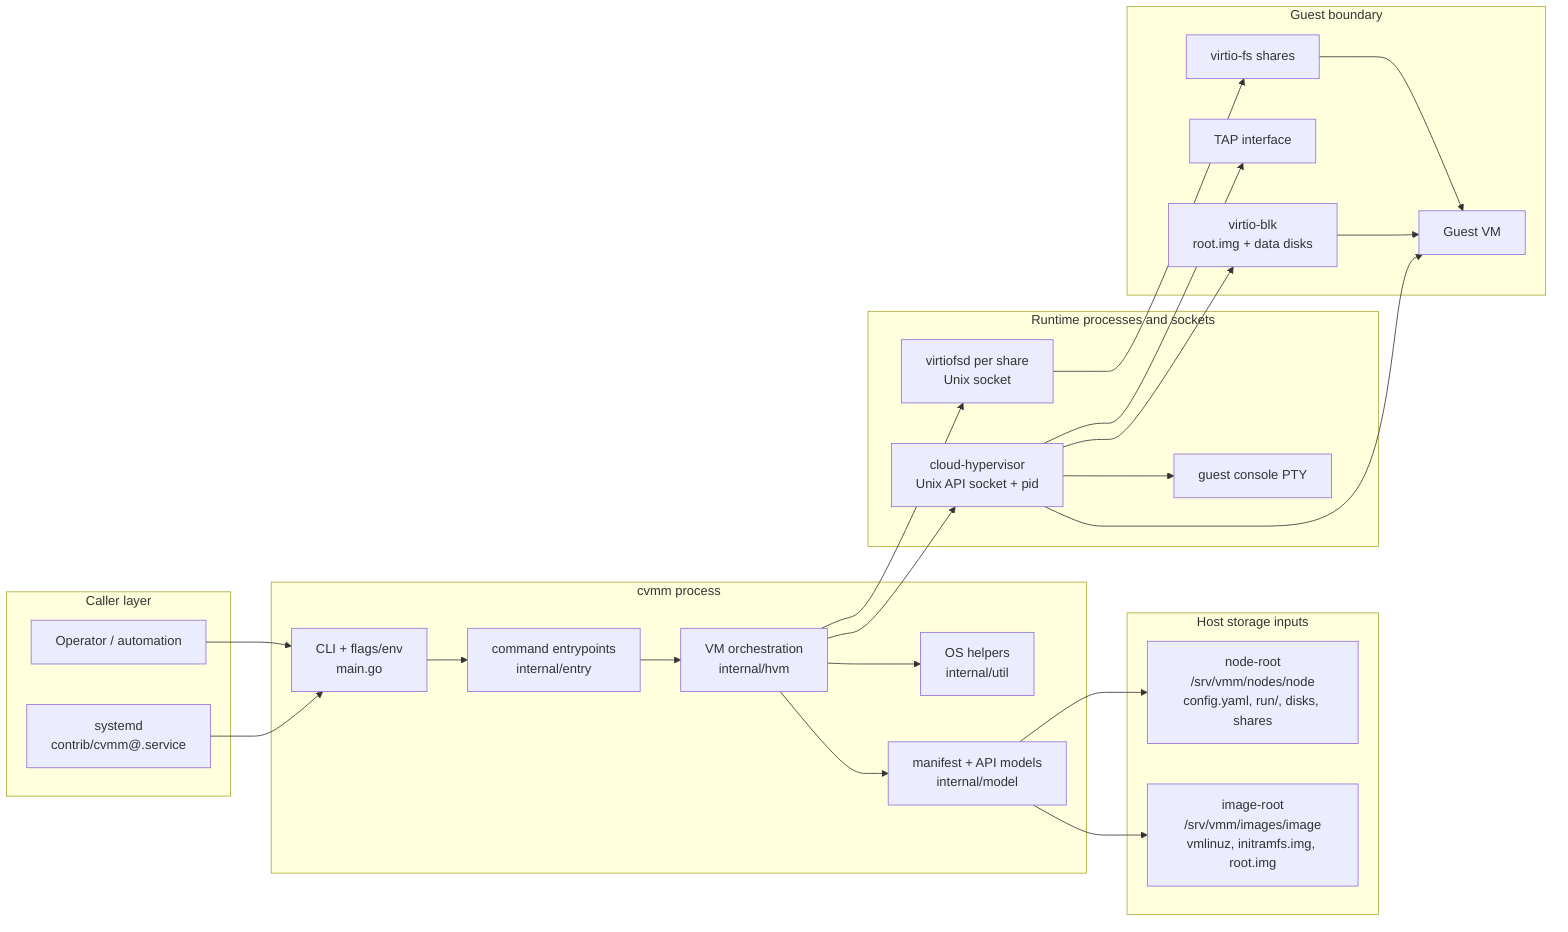
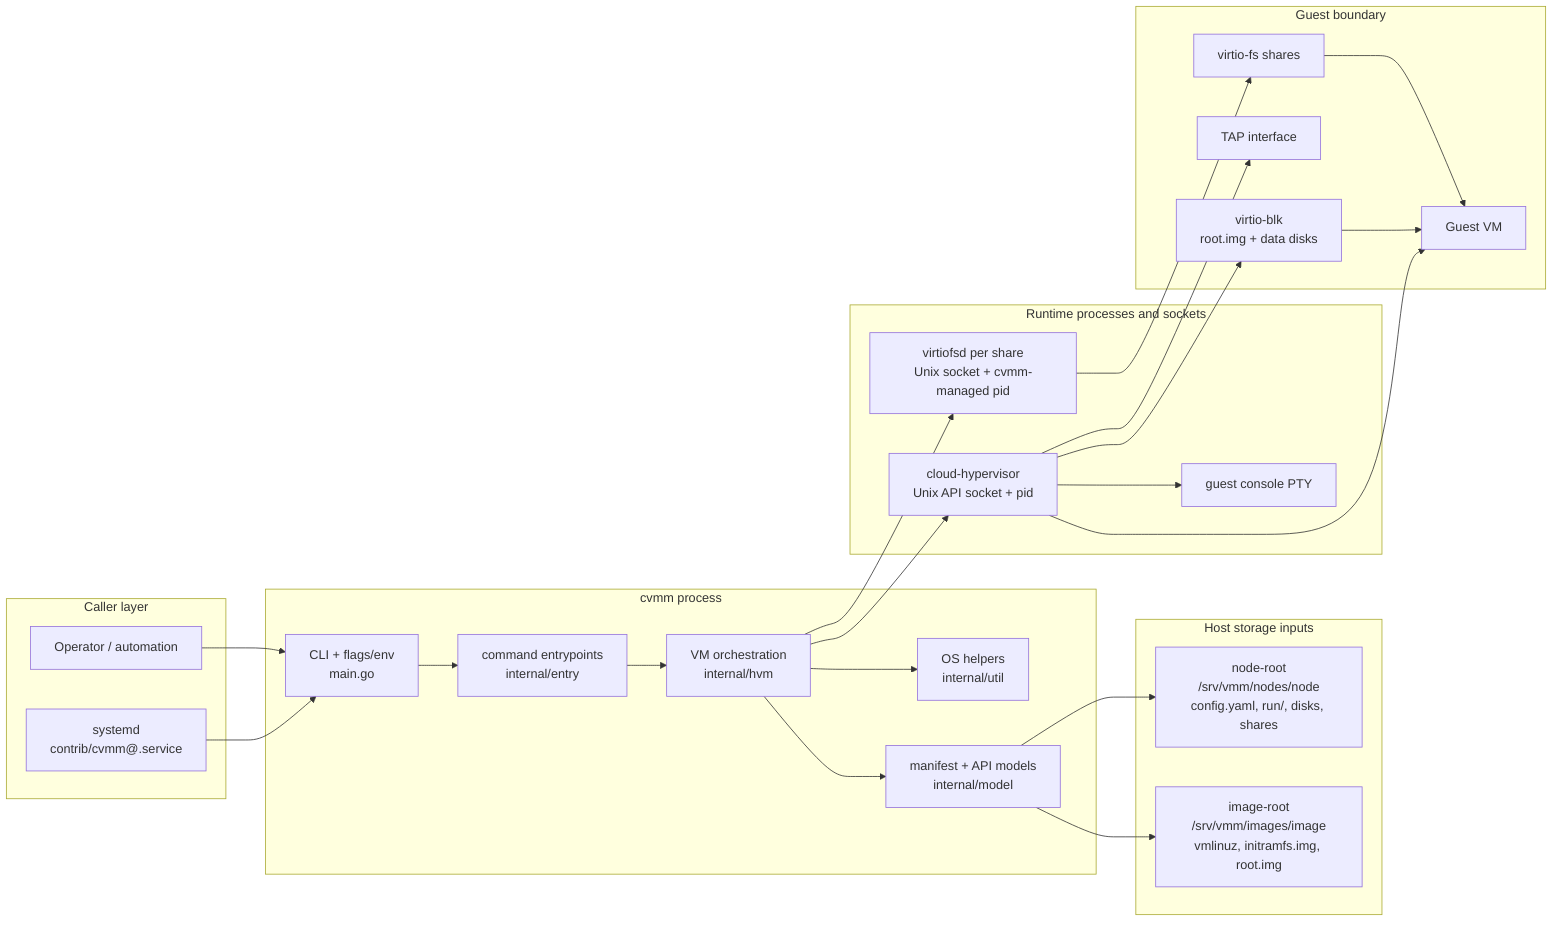
flowchart LR
    subgraph caller["Caller layer"]
        operator["Operator / automation"]
        systemd["systemd\ncontrib/cvmm@.service"]
    end

    subgraph cvmmBox["cvmm process"]
        cli["CLI + flags/env\nmain.go"]
        entry["command entrypoints\ninternal/entry"]
        hvm["VM orchestration\ninternal/hvm"]
        model["manifest + API models\ninternal/model"]
        util["OS helpers\ninternal/util"]
    end

    subgraph storage["Host storage inputs"]
        images["image-root\n/srv/vmm/images/image\nvmlinuz, initramfs.img, root.img"]
        nodes["node-root\n/srv/vmm/nodes/node\nconfig.yaml, run/, disks, shares"]
    end

    subgraph runtime["Runtime processes and sockets"]
        ch["cloud-hypervisor\nUnix API socket + pid"]
-         vfs["virtiofsd per share\nUnix socket"]
+         vfs["virtiofsd per share\nUnix socket + cvmm-managed pid"]
        pty["guest console PTY"]
    end

    subgraph guestBox["Guest boundary"]
        guest["Guest VM"]
        blk["virtio-blk\nroot.img + data disks"]
        fs["virtio-fs shares"]
        net["TAP interface"]
    end

    operator --> cli
    systemd --> cli
    cli --> entry --> hvm
    hvm --> model
    hvm --> util
    model --> images
    model --> nodes
    hvm --> ch
    hvm --> vfs
    ch --> guest
    ch --> pty
    ch --> blk --> guest
    vfs --> fs --> guest
    ch --> net
